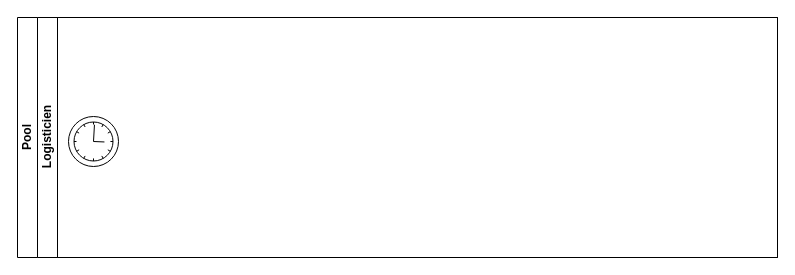
Before: Inventaire.drawio in quemet/Draw.io, a draw.io diagram. Source tidied: cells renumbered, new cells numbered last; positions are measured from the earlier drawing's top-left corner, leaving out a move shared by most shapes. Both pictures are drawn from the tidied source at 100%, with x=0, y=0 at pixel (17, 17).
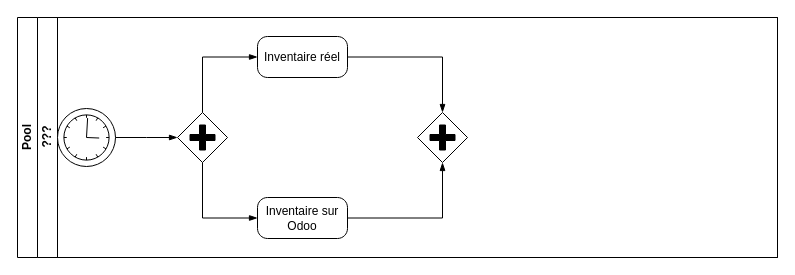
Above is the later version.

Commit message (it also covers changes not shown here):
Mettre à jour Inventaire.drawio

The edit, as a diff of the source:
```diff
@@
 <mxGraphModel>
   <root>
     <mxCell id="0" />
     <mxCell id="1" parent="0" />
     <mxCell id="2" value="Pool" style="swimlane;html=1;horizontal=0;startSize=20;whiteSpace=wrap;" parent="1" vertex="1">
       <mxGeometry width="760" height="240" as="geometry" />
     </mxCell>
-    <mxCell id="3" value="Logisticien" style="swimlane;html=1;startSize=20;horizontal=0;" parent="2" vertex="1">
+    <mxCell id="3" value="???" style="swimlane;html=1;startSize=20;horizontal=0;" parent="2" vertex="1">
       <mxGeometry x="20" width="740" height="240" as="geometry" />
     </mxCell>
     <mxCell id="4" style="points=[[0.145,0.145,0],[0.5,0,0],[0.855,0.145,0],[1,0.5,0],[0.855,0.855,0],[0.5,1,0],[0.145,0.855,0],[0,0.5,0]];shape=mxgraph.bpmn.event;html=1;verticalLabelPosition=bottom;labelBackgroundColor=#ffffff;verticalAlign=top;align=center;perimeter=ellipsePerimeter;outlineConnect=0;outline=standard;symbol=timer;" parent="3" vertex="1">
-      <mxGeometry x="31" y="99" width="50" height="50" as="geometry" />
+      <mxGeometry x="20" y="91" width="58" height="58" as="geometry" />
     </mxCell>
+    <mxCell id="5" style="points=[[0.25,0.25,0],[0.5,0,0],[0.75,0.25,0],[1,0.5,0],[0.75,0.75,0],[0.5,1,0],[0.25,0.75,0],[0,0.5,0]];shape=mxgraph.bpmn.gateway2;html=1;verticalLabelPosition=bottom;labelBackgroundColor=#ffffff;verticalAlign=top;align=center;perimeter=rhombusPerimeter;outlineConnect=0;outline=none;symbol=none;gwType=parallel;" parent="3" vertex="1">
+      <mxGeometry x="140" y="95" width="50" height="50" as="geometry" />
+    </mxCell>
+    <mxCell id="6" style="points=[[0.25,0.25,0],[0.5,0,0],[0.75,0.25,0],[1,0.5,0],[0.75,0.75,0],[0.5,1,0],[0.25,0.75,0],[0,0.5,0]];shape=mxgraph.bpmn.gateway2;html=1;verticalLabelPosition=bottom;labelBackgroundColor=#ffffff;verticalAlign=top;align=center;perimeter=rhombusPerimeter;outlineConnect=0;outline=none;symbol=none;gwType=parallel;" parent="3" vertex="1">
+      <mxGeometry x="380" y="95" width="50" height="50" as="geometry" />
+    </mxCell>
+    <mxCell id="7" value="Inventaire réel" style="points=[[0.25,0,0],[0.5,0,0],[0.75,0,0],[1,0.25,0],[1,0.5,0],[1,0.75,0],[0.75,1,0],[0.5,1,0],[0.25,1,0],[0,0.75,0],[0,0.5,0],[0,0.25,0]];shape=mxgraph.bpmn.task;whiteSpace=wrap;rectStyle=rounded;size=10;html=1;taskMarker=abstract;" parent="3" vertex="1">
+      <mxGeometry x="220" y="19" width="90" height="41" as="geometry" />
+    </mxCell>
+    <mxCell id="8" value="Inventaire sur Odoo" style="points=[[0.25,0,0],[0.5,0,0],[0.75,0,0],[1,0.25,0],[1,0.5,0],[1,0.75,0],[0.75,1,0],[0.5,1,0],[0.25,1,0],[0,0.75,0],[0,0.5,0],[0,0.25,0]];shape=mxgraph.bpmn.task;whiteSpace=wrap;rectStyle=rounded;size=10;html=1;taskMarker=abstract;" parent="3" vertex="1">
+      <mxGeometry x="220" y="180" width="90" height="41" as="geometry" />
+    </mxCell>
+    <mxCell id="9" style="edgeStyle=elbowEdgeStyle;fontSize=12;html=1;endArrow=blockThin;endFill=1;rounded=0;entryX=0;entryY=0.5;entryDx=0;entryDy=0;entryPerimeter=0;exitX=0.5;exitY=0;exitDx=0;exitDy=0;exitPerimeter=0;" parent="3" edge="1" source="5" target="7">
+      <mxGeometry relative="1" as="geometry">
+        <Array as="points">
+          <mxPoint x="165" y="70" />
+        </Array>
+      </mxGeometry>
+    </mxCell>
+    <mxCell id="10" style="edgeStyle=elbowEdgeStyle;fontSize=12;html=1;endArrow=blockThin;endFill=1;rounded=0;entryX=0;entryY=0.5;entryDx=0;entryDy=0;entryPerimeter=0;exitX=0.5;exitY=1;exitDx=0;exitDy=0;exitPerimeter=0;" parent="3" edge="1" source="5" target="8">
+      <mxGeometry relative="1" as="geometry">
+        <Array as="points">
+          <mxPoint x="165" y="200" />
+        </Array>
+      </mxGeometry>
+    </mxCell>
+    <mxCell id="11" style="edgeStyle=elbowEdgeStyle;fontSize=12;html=1;endArrow=blockThin;endFill=1;rounded=0;entryX=0.5;entryY=0;entryDx=0;entryDy=0;entryPerimeter=0;exitX=1;exitY=0.5;exitDx=0;exitDy=0;exitPerimeter=0;" parent="3" edge="1" source="7" target="6">
+      <mxGeometry relative="1" as="geometry">
+        <Array as="points">
+          <mxPoint x="405" y="70" />
+        </Array>
+      </mxGeometry>
+    </mxCell>
+    <mxCell id="12" style="edgeStyle=elbowEdgeStyle;fontSize=12;html=1;endArrow=blockThin;endFill=1;rounded=0;entryX=0.5;entryY=1;entryDx=0;entryDy=0;entryPerimeter=0;exitX=1;exitY=0.5;exitDx=0;exitDy=0;exitPerimeter=0;" parent="3" edge="1" source="8" target="6">
+      <mxGeometry relative="1" as="geometry">
+        <Array as="points">
+          <mxPoint x="405" y="190" />
+        </Array>
+      </mxGeometry>
+    </mxCell>
+    <mxCell id="13" style="edgeStyle=elbowEdgeStyle;fontSize=12;html=1;endArrow=blockThin;endFill=1;rounded=0;entryX=0;entryY=0.5;entryDx=0;entryDy=0;entryPerimeter=0;exitX=1;exitY=0.5;exitDx=0;exitDy=0;exitPerimeter=0;" parent="3" edge="1" source="4" target="5">
+      <mxGeometry relative="1" as="geometry" />
+    </mxCell>
   </root>
 </mxGraphModel>
```
